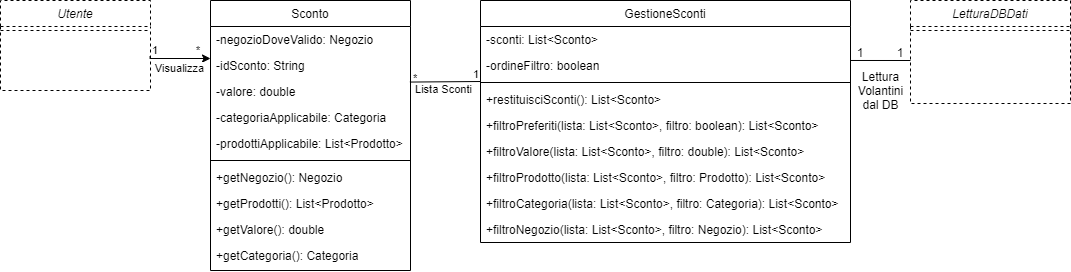
G15-UniTN/iSpesa keeps this draw.io diagram as UML/DiagrammaClassiSconti.png. Above is the earlier version. Source tidied: cells renumbered, new cells last; positions are measured from the earlier drawing's top-left corner, leaving out a move shared by most shapes. The source it was exported from:
```xml
<mxGraphModel>
  <root>
    <mxCell id="0" />
    <mxCell id="1" parent="0" />
    <mxCell id="2" value="Sconto" style="swimlane;fontStyle=0;align=center;verticalAlign=top;horizontal=1;startSize=26;rounded=0;shadow=0;strokeWidth=1;" parent="1" vertex="1">
      <mxGeometry x="210" y="44" width="200" height="270" as="geometry" />
    </mxCell>
    <mxCell id="3" value="-negozioDoveValido: Negozio" style="text;align=left;verticalAlign=top;spacingLeft=4;spacingRight=4;overflow=hidden;" parent="2" vertex="1">
      <mxGeometry y="26" width="200" height="26" as="geometry" />
    </mxCell>
    <mxCell id="4" value="-idSconto: String" style="text;align=left;verticalAlign=top;spacingLeft=4;spacingRight=4;overflow=hidden;" parent="2" vertex="1">
      <mxGeometry y="52" width="200" height="26" as="geometry" />
    </mxCell>
    <mxCell id="5" value="-valore: double" style="text;align=left;verticalAlign=top;spacingLeft=4;spacingRight=4;overflow=hidden;points=[[0,0.5],[1,0.5]];portConstraint=eastwest;" parent="2" vertex="1">
      <mxGeometry y="78" width="200" height="26" as="geometry" />
    </mxCell>
    <mxCell id="6" value="-categoriaApplicabile: Categoria" style="text;align=left;verticalAlign=top;spacingLeft=4;spacingRight=4;overflow=hidden;" parent="2" vertex="1">
      <mxGeometry y="104" width="200" height="26" as="geometry" />
    </mxCell>
    <mxCell id="7" value="-prodottiApplicabile: List&lt;Prodotto&gt;" style="text;align=left;verticalAlign=top;spacingLeft=4;spacingRight=4;overflow=hidden;" parent="2" vertex="1">
      <mxGeometry y="130" width="200" height="26" as="geometry" />
    </mxCell>
    <mxCell id="8" style="line;html=1;strokeWidth=1;align=left;verticalAlign=middle;spacingTop=-1;spacingLeft=3;spacingRight=3;labelPosition=right;" parent="2" vertex="1">
      <mxGeometry y="156" width="200" height="8" as="geometry" />
    </mxCell>
    <mxCell id="9" value="+getNegozio(): Negozio" style="text;align=left;verticalAlign=top;spacingLeft=4;spacingRight=4;overflow=hidden;" parent="2" vertex="1">
      <mxGeometry y="164" width="200" height="26" as="geometry" />
    </mxCell>
    <mxCell id="10" value="+getProdotti(): List&lt;Prodotto&gt;" style="text;align=left;verticalAlign=top;spacingLeft=4;spacingRight=4;overflow=hidden;" parent="2" vertex="1">
      <mxGeometry y="190" width="200" height="26" as="geometry" />
    </mxCell>
    <mxCell id="11" value="+getValore(): double" style="text;align=left;verticalAlign=top;spacingLeft=4;spacingRight=4;overflow=hidden;" parent="2" vertex="1">
      <mxGeometry y="216" width="200" height="26" as="geometry" />
    </mxCell>
    <mxCell id="12" value="+getCategoria(): Categoria" style="text;align=left;verticalAlign=top;spacingLeft=4;spacingRight=4;overflow=hidden;" parent="2" vertex="1">
      <mxGeometry y="242" width="200" height="26" as="geometry" />
    </mxCell>
    <mxCell id="13" value="GestioneSconti" style="swimlane;fontStyle=0;align=center;verticalAlign=top;horizontal=1;startSize=26;rounded=0;shadow=0;strokeWidth=1;" parent="1" vertex="1">
      <mxGeometry x="480" y="44" width="370" height="242" as="geometry" />
    </mxCell>
    <mxCell id="14" value="-sconti: List&lt;Sconto&gt;" style="text;align=left;verticalAlign=top;spacingLeft=4;spacingRight=4;overflow=hidden;" parent="13" vertex="1">
      <mxGeometry y="26" width="370" height="26" as="geometry" />
    </mxCell>
    <mxCell id="15" value="-ordineFiltro: boolean" style="text;align=left;verticalAlign=top;spacingLeft=4;spacingRight=4;overflow=hidden;points=[[0,0.5],[1,0.5]];portConstraint=eastwest;" parent="13" vertex="1">
      <mxGeometry y="52" width="370" height="26" as="geometry" />
    </mxCell>
    <mxCell id="16" style="line;html=1;strokeWidth=1;align=left;verticalAlign=middle;spacingTop=-1;spacingLeft=3;spacingRight=3;labelPosition=right;" parent="13" vertex="1">
      <mxGeometry y="78" width="370" height="8" as="geometry" />
    </mxCell>
    <mxCell id="17" value="+restituisciSconti(): List&lt;Sconto&gt;" style="text;align=left;verticalAlign=top;spacingLeft=4;spacingRight=4;overflow=hidden;" parent="13" vertex="1">
      <mxGeometry y="86" width="370" height="26" as="geometry" />
    </mxCell>
    <mxCell id="18" value="+filtroPreferiti(lista: List&lt;Sconto&gt;, filtro: boolean): List&lt;Sconto&gt;" style="text;align=left;verticalAlign=top;spacingLeft=4;spacingRight=4;overflow=hidden;" parent="13" vertex="1">
      <mxGeometry y="112" width="370" height="26" as="geometry" />
    </mxCell>
    <mxCell id="19" value="+filtroValore(lista: List&lt;Sconto&gt;, filtro: double): List&lt;Sconto&gt;" style="text;align=left;verticalAlign=top;spacingLeft=4;spacingRight=4;overflow=hidden;" parent="13" vertex="1">
      <mxGeometry y="138" width="370" height="26" as="geometry" />
    </mxCell>
    <mxCell id="20" value="+filtroProdotto(lista: List&lt;Sconto&gt;, filtro: Prodotto): List&lt;Sconto&gt;" style="text;align=left;verticalAlign=top;spacingLeft=4;spacingRight=4;overflow=hidden;" parent="13" vertex="1">
      <mxGeometry y="164" width="370" height="26" as="geometry" />
    </mxCell>
    <mxCell id="21" value="+filtroCategoria(lista: List&lt;Sconto&gt;, filtro: Categoria): List&lt;Sconto&gt;" style="text;align=left;verticalAlign=top;spacingLeft=4;spacingRight=4;overflow=hidden;" parent="13" vertex="1">
      <mxGeometry y="190" width="370" height="26" as="geometry" />
    </mxCell>
    <mxCell id="22" value="+filtroNegozio(lista: List&lt;Sconto&gt;, filtro: Negozio): List&lt;Sconto&gt;" style="text;align=left;verticalAlign=top;spacingLeft=4;spacingRight=4;overflow=hidden;" parent="13" vertex="1">
      <mxGeometry y="216" width="370" height="26" as="geometry" />
    </mxCell>
    <mxCell id="23" value="Utente" style="swimlane;fontStyle=2;align=center;verticalAlign=top;horizontal=1;startSize=26;rounded=0;shadow=0;strokeWidth=1;dashed=1;" parent="1" vertex="1">
      <mxGeometry y="44" width="150" height="90" as="geometry" />
    </mxCell>
    <mxCell id="24" style="line;html=1;strokeWidth=1;align=left;verticalAlign=middle;spacingTop=-1;spacingLeft=3;spacingRight=3;labelPosition=right;dashed=1;" parent="23" vertex="1">
      <mxGeometry y="26" width="150" height="8" as="geometry" />
    </mxCell>
    <mxCell id="25" style="endArrow=classic;html=1;edgeStyle=orthogonalEdgeStyle;rounded=0;" parent="23" edge="1">
      <mxGeometry relative="1" as="geometry">
        <mxPoint x="149.5" y="56" as="sourcePoint" />
        <mxPoint x="210" y="58" as="targetPoint" />
        <Array as="points">
          <mxPoint x="150" y="58" />
        </Array>
      </mxGeometry>
    </mxCell>
    <mxCell id="26" value="Visualizza" style="edgeLabel;html=1;align=center;verticalAlign=middle;" parent="25" vertex="1">
      <mxGeometry relative="1" as="geometry">
        <mxPoint y="10" as="offset" />
      </mxGeometry>
    </mxCell>
    <mxCell id="27" value="1" style="edgeLabel;html=1;align=left;verticalAlign=bottom;" parent="25" vertex="1">
      <mxGeometry x="-1" relative="1" as="geometry">
        <mxPoint y="2" as="offset" />
      </mxGeometry>
    </mxCell>
    <mxCell id="28" value="*" style="edgeLabel;html=1;align=right;verticalAlign=bottom;" parent="25" vertex="1">
      <mxGeometry x="1" relative="1" as="geometry">
        <mxPoint x="-10" as="offset" />
      </mxGeometry>
    </mxCell>
    <mxCell id="29" value="LetturaDBDati" style="swimlane;fontStyle=2;align=center;verticalAlign=top;horizontal=1;startSize=26;rounded=0;shadow=0;strokeWidth=1;dashed=1;" parent="1" vertex="1">
      <mxGeometry x="910" y="44" width="160" height="103" as="geometry" />
    </mxCell>
    <mxCell id="30" style="line;html=1;strokeWidth=1;align=left;verticalAlign=middle;spacingTop=-1;spacingLeft=3;spacingRight=3;labelPosition=right;dashed=1;" parent="29" vertex="1">
      <mxGeometry y="26" width="160" height="8" as="geometry" />
    </mxCell>
    <mxCell id="31" value="Lista Sconti" style="edgeLabel;html=1;align=center;verticalAlign=middle;" parent="1" vertex="1">
      <mxGeometry x="433" y="134" as="geometry">
        <mxPoint x="10" y="-1" as="offset" />
      </mxGeometry>
    </mxCell>
    <mxCell id="32" value="*" style="edgeLabel;html=1;align=left;verticalAlign=bottom;" parent="1" vertex="1">
      <mxGeometry x="660" y="4" as="geometry">
        <mxPoint x="-249" y="126" as="offset" />
      </mxGeometry>
    </mxCell>
    <mxCell id="33" value="1" style="edgeLabel;html=1;align=left;verticalAlign=bottom;" parent="1" vertex="1">
      <mxGeometry x="720" as="geometry">
        <mxPoint x="-249" y="126" as="offset" />
      </mxGeometry>
    </mxCell>
    <mxCell id="34" value="1" style="text;html=1;strokeColor=none;fillColor=none;align=center;verticalAlign=middle;whiteSpace=wrap;rounded=0;" parent="1" vertex="1">
      <mxGeometry x="840" y="85.5" width="40" height="20" as="geometry" />
    </mxCell>
    <mxCell id="35" style="endArrow=none;html=1;exitX=0.997;exitY=0.137;exitDx=0;exitDy=0;exitPerimeter=0;" parent="1" edge="1" source="5">
      <mxGeometry relative="1" as="geometry">
        <mxPoint x="480" y="125" as="targetPoint" />
      </mxGeometry>
    </mxCell>
    <mxCell id="36" value="Lettura&lt;br&gt;Volantini&lt;br&gt;dal DB" style="text;html=1;align=center;verticalAlign=middle;strokeColor=none;" parent="1" vertex="1">
      <mxGeometry x="850" y="109" width="60" height="50" as="geometry" />
    </mxCell>
    <mxCell id="37" value="1" style="text;html=1;strokeColor=none;fillColor=none;align=center;verticalAlign=middle;whiteSpace=wrap;rounded=0;" parent="1" vertex="1">
      <mxGeometry x="890" y="85.5" width="20" height="20" as="geometry" />
    </mxCell>
    <mxCell id="38" style="endArrow=none;html=1;exitX=0.999;exitY=0.307;exitDx=0;exitDy=0;exitPerimeter=0;" parent="1" edge="1" source="15">
      <mxGeometry relative="1" as="geometry">
        <mxPoint x="910" y="104" as="targetPoint" />
      </mxGeometry>
    </mxCell>
  </root>
</mxGraphModel>
```
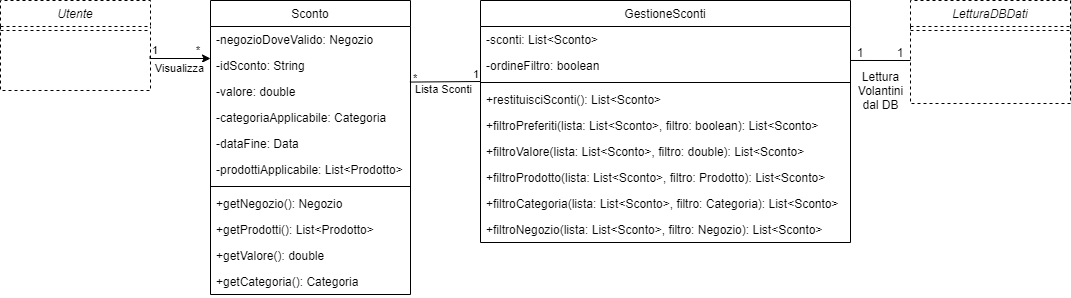
The same file after the commit.

Change to the diagram source:
```diff
@@ -3,7 +3,7 @@
     <mxCell id="0" />
     <mxCell id="1" parent="0" />
     <mxCell id="2" value="Sconto" style="swimlane;fontStyle=0;align=center;verticalAlign=top;horizontal=1;startSize=26;rounded=0;shadow=0;strokeWidth=1;" parent="1" vertex="1">
-      <mxGeometry x="210" y="44" width="200" height="270" as="geometry" />
+      <mxGeometry x="210" y="44" width="200" height="294" as="geometry" />
     </mxCell>
     <mxCell id="3" value="-negozioDoveValido: Negozio" style="text;align=left;verticalAlign=top;spacingLeft=4;spacingRight=4;overflow=hidden;" parent="2" vertex="1">
       <mxGeometry y="26" width="200" height="26" as="geometry" />
@@ -17,23 +17,26 @@
     <mxCell id="6" value="-categoriaApplicabile: Categoria" style="text;align=left;verticalAlign=top;spacingLeft=4;spacingRight=4;overflow=hidden;" parent="2" vertex="1">
       <mxGeometry y="104" width="200" height="26" as="geometry" />
     </mxCell>
+    <mxCell id="39" value="-dataFine: Data" style="text;align=left;verticalAlign=top;spacingLeft=4;spacingRight=4;overflow=hidden;rounded=0;shadow=0;html=0;" parent="2" vertex="1">
+      <mxGeometry y="130" width="200" height="26" as="geometry" />
+    </mxCell>
     <mxCell id="7" value="-prodottiApplicabile: List&lt;Prodotto&gt;" style="text;align=left;verticalAlign=top;spacingLeft=4;spacingRight=4;overflow=hidden;" parent="2" vertex="1">
-      <mxGeometry y="130" width="200" height="26" as="geometry" />
+      <mxGeometry y="156" width="200" height="26" as="geometry" />
     </mxCell>
     <mxCell id="8" style="line;html=1;strokeWidth=1;align=left;verticalAlign=middle;spacingTop=-1;spacingLeft=3;spacingRight=3;labelPosition=right;" parent="2" vertex="1">
-      <mxGeometry y="156" width="200" height="8" as="geometry" />
+      <mxGeometry y="182" width="200" height="8" as="geometry" />
     </mxCell>
     <mxCell id="9" value="+getNegozio(): Negozio" style="text;align=left;verticalAlign=top;spacingLeft=4;spacingRight=4;overflow=hidden;" parent="2" vertex="1">
-      <mxGeometry y="164" width="200" height="26" as="geometry" />
+      <mxGeometry y="190" width="200" height="26" as="geometry" />
     </mxCell>
     <mxCell id="10" value="+getProdotti(): List&lt;Prodotto&gt;" style="text;align=left;verticalAlign=top;spacingLeft=4;spacingRight=4;overflow=hidden;" parent="2" vertex="1">
-      <mxGeometry y="190" width="200" height="26" as="geometry" />
+      <mxGeometry y="216" width="200" height="26" as="geometry" />
     </mxCell>
     <mxCell id="11" value="+getValore(): double" style="text;align=left;verticalAlign=top;spacingLeft=4;spacingRight=4;overflow=hidden;" parent="2" vertex="1">
-      <mxGeometry y="216" width="200" height="26" as="geometry" />
+      <mxGeometry y="242" width="200" height="26" as="geometry" />
     </mxCell>
     <mxCell id="12" value="+getCategoria(): Categoria" style="text;align=left;verticalAlign=top;spacingLeft=4;spacingRight=4;overflow=hidden;" parent="2" vertex="1">
-      <mxGeometry y="242" width="200" height="26" as="geometry" />
+      <mxGeometry y="268" width="200" height="26" as="geometry" />
     </mxCell>
     <mxCell id="13" value="GestioneSconti" style="swimlane;fontStyle=0;align=center;verticalAlign=top;horizontal=1;startSize=26;rounded=0;shadow=0;strokeWidth=1;" parent="1" vertex="1">
       <mxGeometry x="480" y="44" width="370" height="242" as="geometry" />
```
